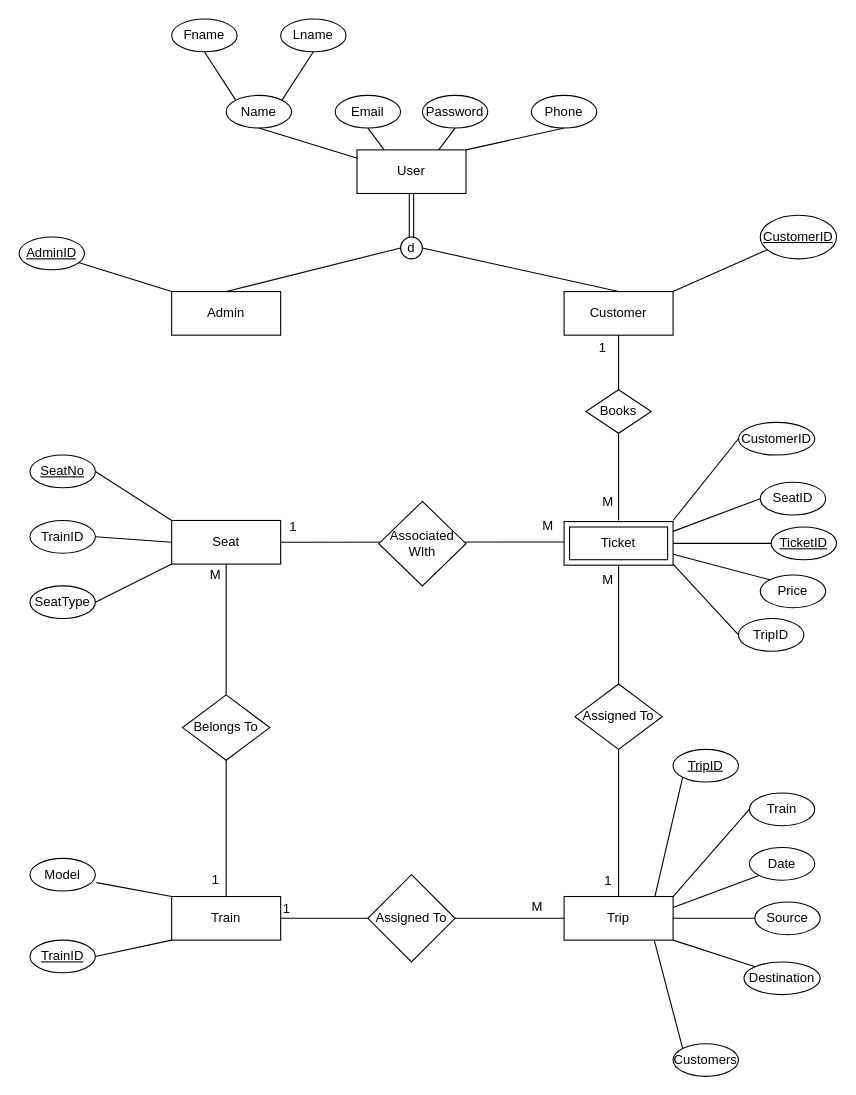
Above: ERD.drawio in AliveTube/Train-Booking-App (draw.io), before the change. Source tidied: cells renumbered, new cells numbered last; positions are measured from the earlier drawing's top-left corner, leaving out a move shared by most shapes. Both pictures are drawn from the tidied source at 109%, with x=0, y=0 at pixel (19, 19).
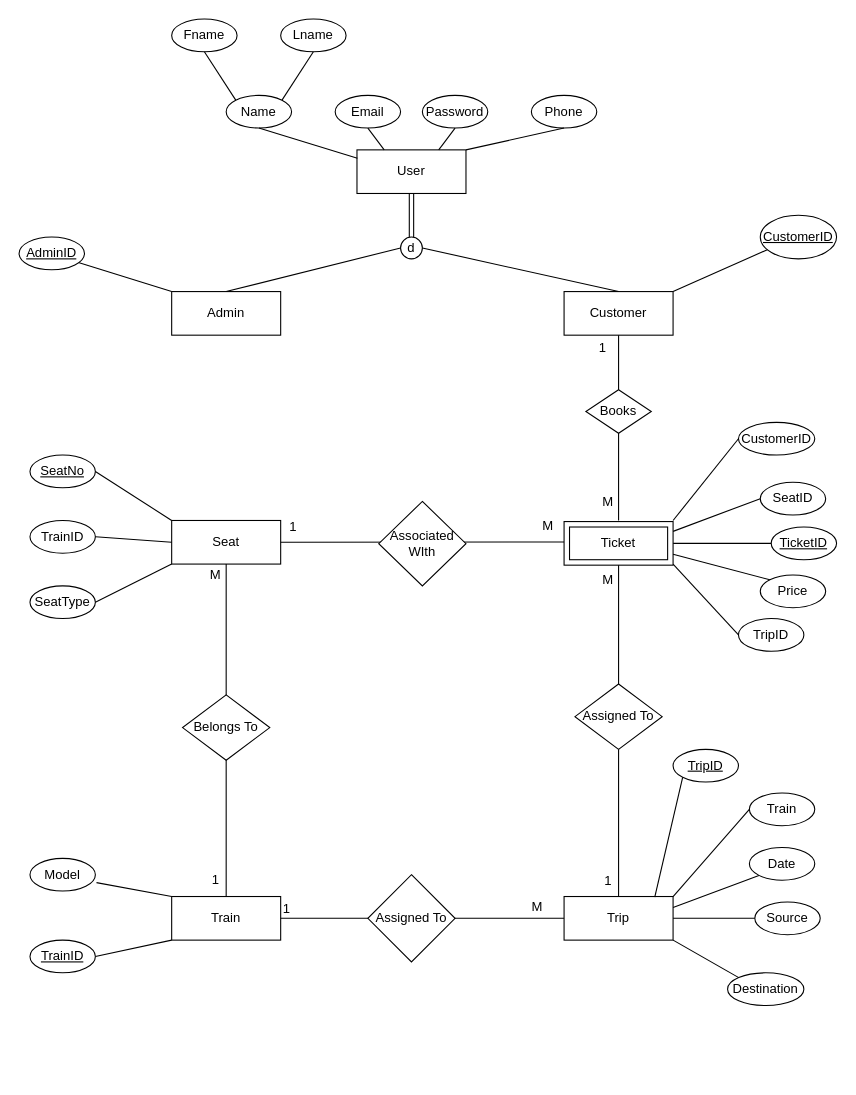
Above is the later version.

Commit message (it also covers changes not shown here):
Physical ERD added

Change to the diagram source:
```diff
@@
     <mxCell id="49" value="Destination" style="ellipse;whiteSpace=wrap;html=1;" parent="1" vertex="1">
-      <mxGeometry x="665" y="865" width="70" height="30" as="geometry" />
+      <mxGeometry x="650" y="875" width="70" height="30" as="geometry" />
     </mxCell>
-    <mxCell id="50" value="Customers" style="ellipse;whiteSpace=wrap;html=1;" parent="1" vertex="1">
-      <mxGeometry x="600" y="940" width="60" height="30" as="geometry" />
-    </mxCell>
@@
-    <mxCell id="56" style="endArrow=none;html=1;rounded=0;exitX=0.928;exitY=1.013;exitDx=0;exitDy=0;exitPerimeter=0;entryX=0;entryY=0;entryDx=0;entryDy=0;" parent="1" edge="1" target="50">
-      <mxGeometry relative="1" as="geometry">
-        <mxPoint x="582.8" y="845.5" as="sourcePoint" />
-      </mxGeometry>
-    </mxCell>
```
